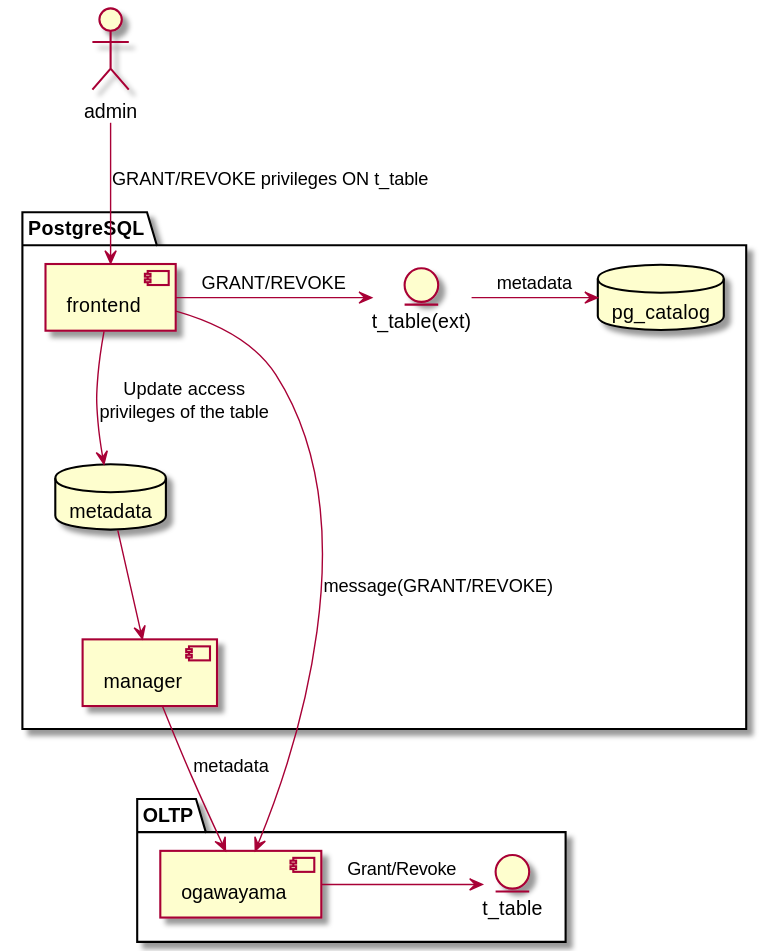
Above: metadata-manager/docs/spec_design/user_management/images/UserManagement_BD/grant_revoke.svg in project-tsurugi/metadata-manager (PlantUML), before the change.
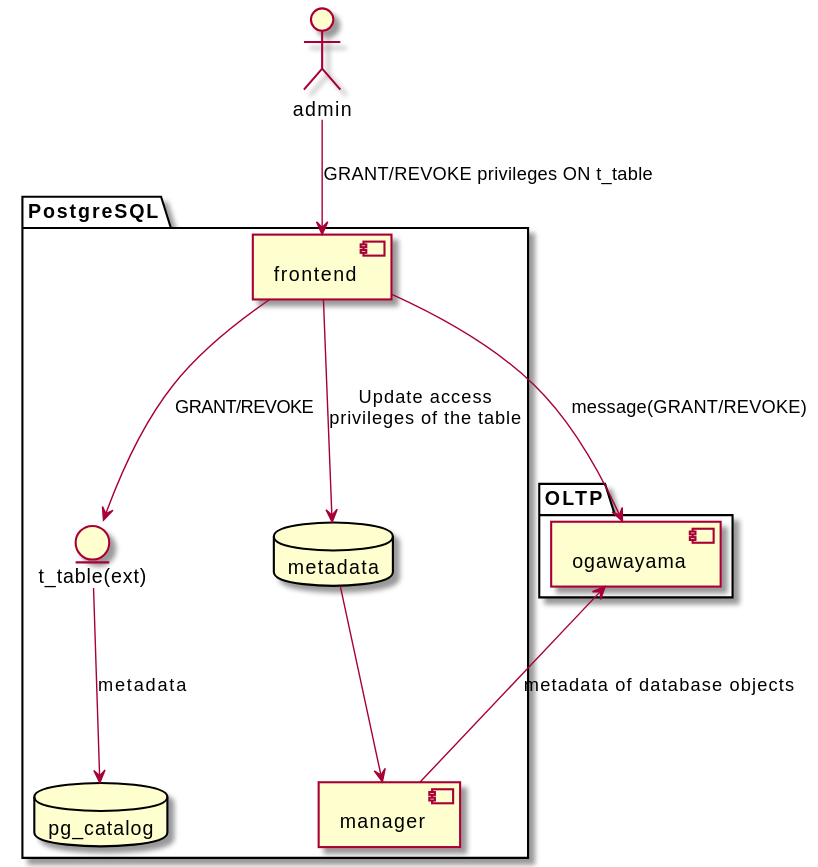
After the commit.

Change to the diagram source:
```diff
@@ -8,20 +8,17 @@
   database pg_catalog
   database metadata
 
-  frontend -> ext_table : GRANT/REVOKE
-  ext_table -> pg_catalog : metadata
+  frontend --> ext_table : GRANT/REVOKE
+  ext_table --> pg_catalog : metadata
   frontend --> metadata : Update access\nprivileges of the table
   metadata --> manager
 }
 
 package OLTP {
   component ogawayama
-  entity "t_table" as t_table
-
-  ogawayama -> t_table : Grant/Revoke
 }
 
 admin --> frontend : GRANT/REVOKE privileges ON t_table
-manager --> ogawayama : metadata
-frontend ---> ogawayama : message(GRANT/REVOKE)
+frontend --> ogawayama : message(GRANT/REVOKE)
+ogawayama <--- manager : metadata of database objects
 @enduml
```
